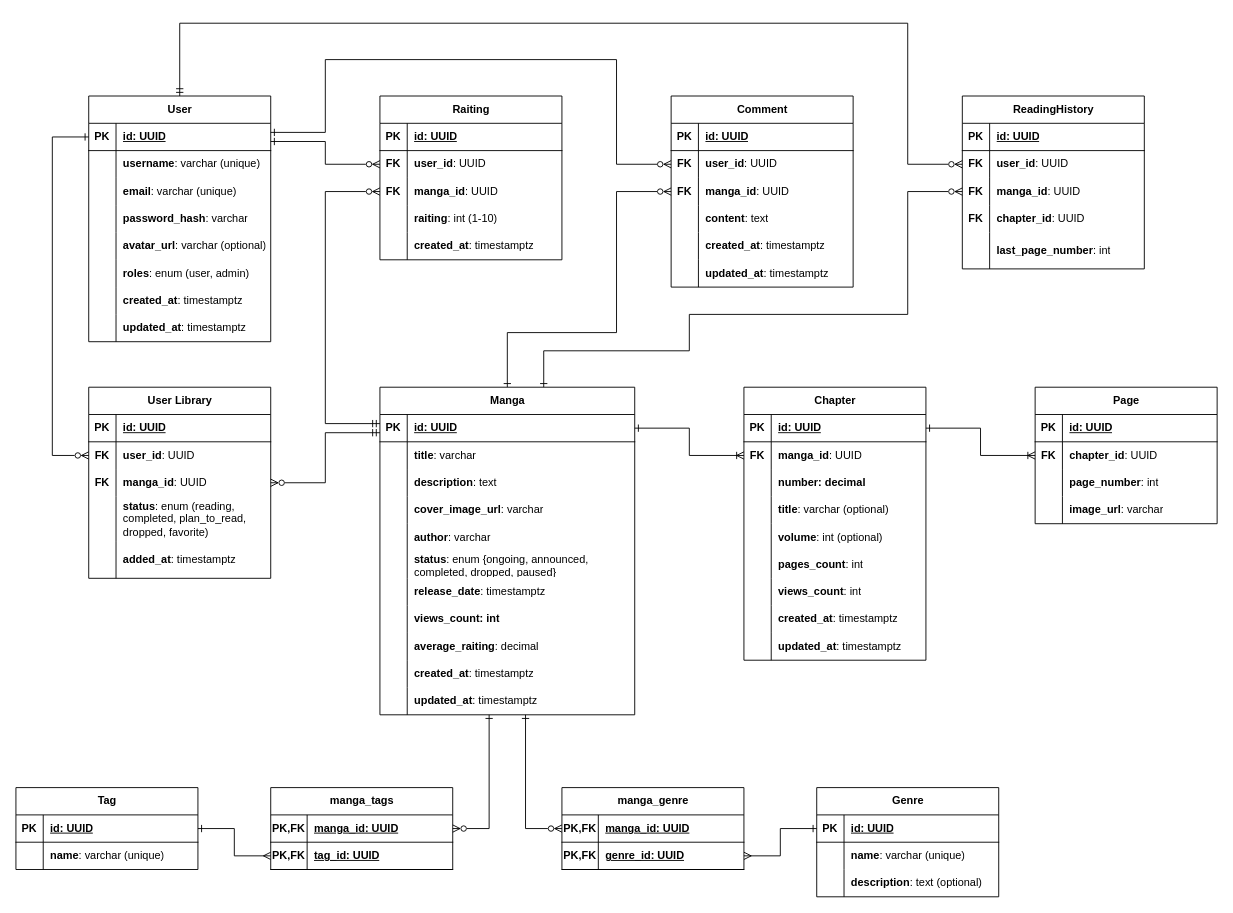
This is docs/assets/diagrams/ERD/ERD.drawio from TeleManga/docs, a draw.io file, before an edit. Source tidied: cells renumbered, new cells numbered last; positions are measured from the earlier drawing's top-left corner, leaving out a move shared by most shapes. Both pictures are drawn from the tidied source at 91%, with x=0, y=0 at pixel (15, 23).
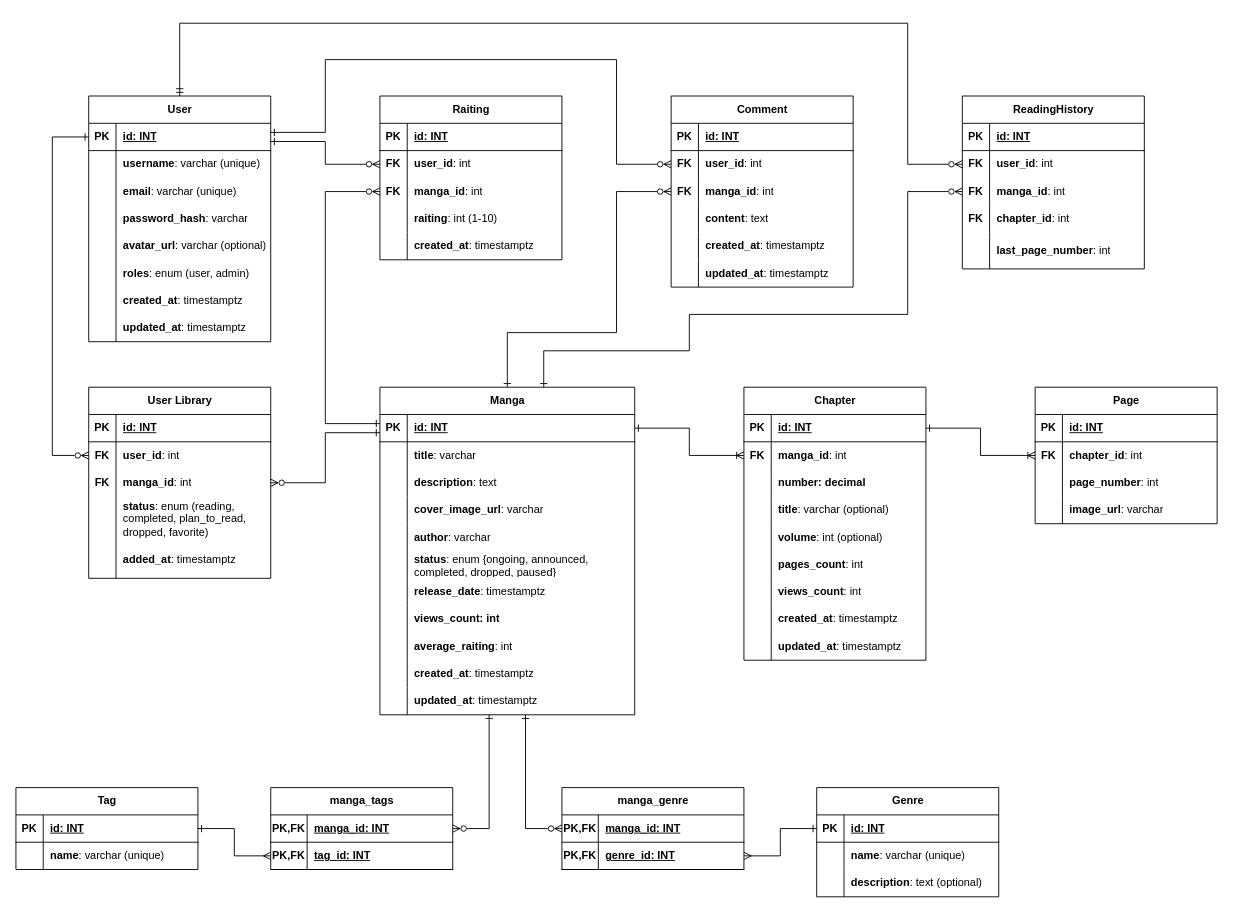
Above is the later version.

Commit message (it also covers changes not shown here):
fix/6/refactor-ER-diagram-and-descprition

Unchanged cells that the change refers to:
```xml
<mxCell id="7" style="shape=tableRow;horizontal=0;startSize=0;swimlaneHead=0;swimlaneBody=0;fillColor=none;points=[[0,0.5],[1,0.5]];portConstraint=eastwest;top=0;left=0;right=0;bottom=1;" parent="6" vertex="1">
<mxCell id="31" style="shape=tableRow;horizontal=0;startSize=0;swimlaneHead=0;swimlaneBody=0;fillColor=none;top=0;left=0;right=0;bottom=0;" parent="6" vertex="1">
<mxCell id="41" style="shape=tableRow;horizontal=0;startSize=0;swimlaneHead=0;swimlaneBody=0;fillColor=none;points=[[0,0.5],[1,0.5]];portConstraint=eastwest;top=0;left=0;right=0;bottom=1;" parent="40" vertex="1">
<mxCell id="51" style="shape=tableRow;horizontal=0;startSize=0;swimlaneHead=0;swimlaneBody=0;fillColor=none;points=[[0,0.5],[1,0.5]];portConstraint=eastwest;top=0;left=0;right=0;bottom=1;" parent="50" vertex="1">
<mxCell id="58" style="shape=tableRow;horizontal=0;startSize=0;swimlaneHead=0;swimlaneBody=0;fillColor=none;points=[[0,0.5],[1,0.5]];portConstraint=eastwest;top=0;left=0;right=0;bottom=1;" parent="57" vertex="1">
<mxCell id="61" style="shape=tableRow;horizontal=0;startSize=0;swimlaneHead=0;swimlaneBody=0;fillColor=none;points=[[0,0.5],[1,0.5]];portConstraint=eastwest;top=0;left=0;right=0;bottom=0;" parent="57" vertex="1">
<mxCell id="88" style="shape=tableRow;horizontal=0;startSize=0;swimlaneHead=0;swimlaneBody=0;fillColor=none;points=[[0,0.5],[1,0.5]];portConstraint=eastwest;top=0;left=0;right=0;bottom=1;" parent="87" vertex="1">
<mxCell id="113" style="shape=tableRow;horizontal=0;startSize=0;swimlaneHead=0;swimlaneBody=0;fillColor=none;top=0;left=0;right=0;bottom=1;" parent="112" vertex="1">
<mxCell id="116" style="shape=tableRow;horizontal=0;startSize=0;swimlaneHead=0;swimlaneBody=0;fillColor=none;points=[[0,0.5],[1,0.5]];portConstraint=eastwest;top=0;left=0;right=0;bottom=0;" parent="112" vertex="1">
<mxCell id="126" style="shape=tableRow;horizontal=0;startSize=0;swimlaneHead=0;swimlaneBody=0;fillColor=none;top=0;left=0;right=0;bottom=1;" parent="125" vertex="1">
<mxCell id="129" style="shape=tableRow;horizontal=0;startSize=0;swimlaneHead=0;swimlaneBody=0;fillColor=none;points=[[0,0.5],[1,0.5]];portConstraint=eastwest;top=0;left=0;right=0;bottom=0;" parent="125" vertex="1">
<mxCell id="132" style="shape=tableRow;horizontal=0;startSize=0;swimlaneHead=0;swimlaneBody=0;fillColor=none;points=[[0,0.5],[1,0.5]];portConstraint=eastwest;top=0;left=0;right=0;bottom=0;" parent="125" vertex="1">
<mxCell id="142" style="shape=tableRow;horizontal=0;startSize=0;swimlaneHead=0;swimlaneBody=0;fillColor=none;top=0;left=0;right=0;bottom=1;" parent="141" vertex="1">
<mxCell id="145" style="shape=tableRow;horizontal=0;startSize=0;swimlaneHead=0;swimlaneBody=0;fillColor=none;points=[[0,0.5],[1,0.5]];portConstraint=eastwest;top=0;left=0;right=0;bottom=0;" parent="141" vertex="1">
<mxCell id="148" style="shape=tableRow;horizontal=0;startSize=0;swimlaneHead=0;swimlaneBody=0;fillColor=none;points=[[0,0.5],[1,0.5]];portConstraint=eastwest;top=0;left=0;right=0;bottom=0;" parent="141" vertex="1">
<mxCell id="161" style="shape=tableRow;horizontal=0;startSize=0;swimlaneHead=0;swimlaneBody=0;fillColor=none;top=0;left=0;right=0;bottom=1;" parent="160" vertex="1">
<mxCell id="164" style="shape=tableRow;horizontal=0;startSize=0;swimlaneHead=0;swimlaneBody=0;fillColor=none;points=[[0,0.5],[1,0.5]];portConstraint=eastwest;top=0;left=0;right=0;bottom=0;" parent="160" vertex="1">
<mxCell id="167" style="shape=tableRow;horizontal=0;startSize=0;swimlaneHead=0;swimlaneBody=0;fillColor=none;points=[[0,0.5],[1,0.5]];portConstraint=eastwest;top=0;left=0;right=0;bottom=0;" parent="160" vertex="1">
<mxCell id="170" style="shape=tableRow;horizontal=0;startSize=0;swimlaneHead=0;swimlaneBody=0;fillColor=none;top=0;left=0;right=0;bottom=0;" parent="160" vertex="1">
<mxCell id="177" style="shape=tableRow;horizontal=0;startSize=0;swimlaneHead=0;swimlaneBody=0;fillColor=none;top=0;left=0;right=0;bottom=1;" parent="176" vertex="1">
<mxCell id="180" style="shape=tableRow;horizontal=0;startSize=0;swimlaneHead=0;swimlaneBody=0;fillColor=none;points=[[0,0.5],[1,0.5]];portConstraint=eastwest;top=0;left=0;right=0;bottom=0;" parent="176" vertex="1">
<mxCell id="183" style="shape=tableRow;horizontal=0;startSize=0;swimlaneHead=0;swimlaneBody=0;fillColor=none;points=[[0,0.5],[1,0.5]];portConstraint=eastwest;top=0;left=0;right=0;bottom=0;" parent="176" vertex="1">
<mxCell id="193" style="shape=tableRow;horizontal=0;startSize=0;swimlaneHead=0;swimlaneBody=0;fillColor=none;points=[[0,0.5],[1,0.5]];portConstraint=eastwest;top=0;left=0;right=0;bottom=1;" parent="192" vertex="1">
<mxCell id="196" style="shape=tableRow;horizontal=0;startSize=0;swimlaneHead=0;swimlaneBody=0;fillColor=none;points=[[0,0.5],[1,0.5]];portConstraint=eastwest;top=0;left=0;right=0;bottom=1;" parent="192" vertex="1">
<mxCell id="200" style="shape=tableRow;horizontal=0;startSize=0;swimlaneHead=0;swimlaneBody=0;fillColor=none;points=[[0,0.5],[1,0.5]];portConstraint=eastwest;top=0;left=0;right=0;bottom=1;" parent="199" vertex="1">
<mxCell id="203" style="shape=tableRow;horizontal=0;startSize=0;swimlaneHead=0;swimlaneBody=0;fillColor=none;points=[[0,0.5],[1,0.5]];portConstraint=eastwest;top=0;left=0;right=0;bottom=1;" parent="199" vertex="1">
```

What changed in the source:
```diff
@@
-    <mxCell id="9" value="id: UUID" style="shape=partialRectangle;fillColor=none;top=0;left=0;bottom=0;right=0;align=left;spacingLeft=6;fontStyle=5;overflow=hidden;whiteSpace=wrap;html=1;" parent="7" vertex="1">
+    <mxCell id="9" value="id: INT" style="shape=partialRectangle;fillColor=none;top=0;left=0;bottom=0;right=0;align=left;spacingLeft=6;fontStyle=5;overflow=hidden;whiteSpace=wrap;html=1;" parent="7" vertex="1">
       <mxGeometry x="30" width="250" height="30" as="geometry" />
     </mxCell>
@@
-    <mxCell id="33" value="&lt;b&gt;average_raiting&lt;/b&gt;: decimal" style="shape=partialRectangle;fillColor=none;top=0;left=0;bottom=0;right=0;align=left;spacingLeft=6;overflow=hidden;whiteSpace=wrap;html=1;" parent="31" vertex="1">
+    <mxCell id="33" value="&lt;b&gt;average_raiting&lt;/b&gt;: int" style="shape=partialRectangle;fillColor=none;top=0;left=0;bottom=0;right=0;align=left;spacingLeft=6;overflow=hidden;whiteSpace=wrap;html=1;" parent="31" vertex="1">
       <mxGeometry x="30" width="250" height="30" as="geometry" />
     </mxCell>
@@
-    <mxCell id="43" value="id: UUID" style="shape=partialRectangle;fillColor=none;top=0;left=0;bottom=0;right=0;align=left;spacingLeft=6;fontStyle=5;overflow=hidden;whiteSpace=wrap;html=1;" parent="41" vertex="1">
+    <mxCell id="43" value="id: INT" style="shape=partialRectangle;fillColor=none;top=0;left=0;bottom=0;right=0;align=left;spacingLeft=6;fontStyle=5;overflow=hidden;whiteSpace=wrap;html=1;" parent="41" vertex="1">
       <mxGeometry x="30" width="170" height="30" as="geometry" />
     </mxCell>
@@
-    <mxCell id="53" value="id: UUID" style="shape=partialRectangle;fillColor=none;top=0;left=0;bottom=0;right=0;align=left;spacingLeft=6;fontStyle=5;overflow=hidden;whiteSpace=wrap;html=1;" parent="51" vertex="1">
+    <mxCell id="53" value="id: INT" style="shape=partialRectangle;fillColor=none;top=0;left=0;bottom=0;right=0;align=left;spacingLeft=6;fontStyle=5;overflow=hidden;whiteSpace=wrap;html=1;" parent="51" vertex="1">
       <mxGeometry x="30" width="170" height="30" as="geometry" />
     </mxCell>
@@
-    <mxCell id="60" value="id: UUID" style="shape=partialRectangle;fillColor=none;top=0;left=0;bottom=0;right=0;align=left;spacingLeft=6;fontStyle=5;overflow=hidden;whiteSpace=wrap;html=1;" parent="58" vertex="1">
+    <mxCell id="60" value="id: INT" style="shape=partialRectangle;fillColor=none;top=0;left=0;bottom=0;right=0;align=left;spacingLeft=6;fontStyle=5;overflow=hidden;whiteSpace=wrap;html=1;" parent="58" vertex="1">
       <mxGeometry x="30" width="170" height="30" as="geometry" />
     </mxCell>
@@
-    <mxCell id="63" value="&lt;b&gt;manga_id&lt;/b&gt;: UUID" style="shape=partialRectangle;fillColor=none;top=0;left=0;bottom=0;right=0;align=left;spacingLeft=6;overflow=hidden;whiteSpace=wrap;html=1;" parent="61" vertex="1">
+    <mxCell id="63" value="&lt;b&gt;manga_id&lt;/b&gt;: int" style="shape=partialRectangle;fillColor=none;top=0;left=0;bottom=0;right=0;align=left;spacingLeft=6;overflow=hidden;whiteSpace=wrap;html=1;" parent="61" vertex="1">
       <mxGeometry x="30" width="170" height="30" as="geometry" />
     </mxCell>
@@
-    <mxCell id="90" value="id: UUID" style="shape=partialRectangle;fillColor=none;top=0;left=0;bottom=0;right=0;align=left;spacingLeft=6;fontStyle=5;overflow=hidden;whiteSpace=wrap;html=1;" parent="88" vertex="1">
+    <mxCell id="90" value="id: INT" style="shape=partialRectangle;fillColor=none;top=0;left=0;bottom=0;right=0;align=left;spacingLeft=6;fontStyle=5;overflow=hidden;whiteSpace=wrap;html=1;" parent="88" vertex="1">
       <mxGeometry x="30" width="170" height="30" as="geometry" />
     </mxCell>
@@
-    <mxCell id="115" value="id: UUID" style="shape=partialRectangle;fillColor=none;top=0;left=0;bottom=0;right=0;align=left;spacingLeft=6;fontStyle=5;overflow=hidden;whiteSpace=wrap;html=1;" parent="113" vertex="1">
+    <mxCell id="115" value="id: INT" style="shape=partialRectangle;fillColor=none;top=0;left=0;bottom=0;right=0;align=left;spacingLeft=6;fontStyle=5;overflow=hidden;whiteSpace=wrap;html=1;" parent="113" vertex="1">
       <mxGeometry x="30" width="170" height="30" as="geometry" />
     </mxCell>
@@
-    <mxCell id="118" value="&lt;b&gt;chapter_id&lt;/b&gt;: UUID" style="shape=partialRectangle;fillColor=none;top=0;left=0;bottom=0;right=0;align=left;spacingLeft=6;overflow=hidden;whiteSpace=wrap;html=1;" parent="116" vertex="1">
+    <mxCell id="118" value="&lt;b&gt;chapter_id&lt;/b&gt;: int" style="shape=partialRectangle;fillColor=none;top=0;left=0;bottom=0;right=0;align=left;spacingLeft=6;overflow=hidden;whiteSpace=wrap;html=1;" parent="116" vertex="1">
       <mxGeometry x="30" width="170" height="30" as="geometry" />
     </mxCell>
@@
-    <mxCell id="128" value="id: UUID" style="shape=partialRectangle;fillColor=none;top=0;left=0;bottom=0;right=0;align=left;spacingLeft=6;fontStyle=5;overflow=hidden;whiteSpace=wrap;html=1;" parent="126" vertex="1">
+    <mxCell id="128" value="id: INT" style="shape=partialRectangle;fillColor=none;top=0;left=0;bottom=0;right=0;align=left;spacingLeft=6;fontStyle=5;overflow=hidden;whiteSpace=wrap;html=1;" parent="126" vertex="1">
       <mxGeometry x="30" width="170" height="30" as="geometry" />
     </mxCell>
@@
-    <mxCell id="131" value="&lt;b&gt;user_id&lt;/b&gt;: UUID" style="shape=partialRectangle;fillColor=none;top=0;left=0;bottom=0;right=0;align=left;spacingLeft=6;overflow=hidden;whiteSpace=wrap;html=1;" parent="129" vertex="1">
+    <mxCell id="131" value="&lt;b&gt;user_id&lt;/b&gt;: int" style="shape=partialRectangle;fillColor=none;top=0;left=0;bottom=0;right=0;align=left;spacingLeft=6;overflow=hidden;whiteSpace=wrap;html=1;" parent="129" vertex="1">
       <mxGeometry x="30" width="170" height="30" as="geometry" />
     </mxCell>
@@
-    <mxCell id="134" value="&lt;b&gt;manga_id&lt;/b&gt;: UUID" style="shape=partialRectangle;fillColor=none;top=0;left=0;bottom=0;right=0;align=left;spacingLeft=6;overflow=hidden;whiteSpace=wrap;html=1;" parent="132" vertex="1">
+    <mxCell id="134" value="&lt;b&gt;manga_id&lt;/b&gt;: int" style="shape=partialRectangle;fillColor=none;top=0;left=0;bottom=0;right=0;align=left;spacingLeft=6;overflow=hidden;whiteSpace=wrap;html=1;" parent="132" vertex="1">
       <mxGeometry x="30" width="170" height="30" as="geometry" />
     </mxCell>
@@
-    <mxCell id="144" value="id: UUID" style="shape=partialRectangle;fillColor=none;top=0;left=0;bottom=0;right=0;align=left;spacingLeft=6;fontStyle=5;overflow=hidden;whiteSpace=wrap;html=1;" parent="142" vertex="1">
+    <mxCell id="144" value="id: INT" style="shape=partialRectangle;fillColor=none;top=0;left=0;bottom=0;right=0;align=left;spacingLeft=6;fontStyle=5;overflow=hidden;whiteSpace=wrap;html=1;" parent="142" vertex="1">
       <mxGeometry x="30" width="170" height="30" as="geometry" />
     </mxCell>
@@
-    <mxCell id="147" value="&lt;b&gt;user_id&lt;/b&gt;: UUID" style="shape=partialRectangle;fillColor=none;top=0;left=0;bottom=0;right=0;align=left;spacingLeft=6;overflow=hidden;whiteSpace=wrap;html=1;" parent="145" vertex="1">
+    <mxCell id="147" value="&lt;b&gt;user_id&lt;/b&gt;: int" style="shape=partialRectangle;fillColor=none;top=0;left=0;bottom=0;right=0;align=left;spacingLeft=6;overflow=hidden;whiteSpace=wrap;html=1;" parent="145" vertex="1">
       <mxGeometry x="30" width="170" height="30" as="geometry" />
     </mxCell>
@@
-    <mxCell id="150" value="&lt;b&gt;manga_id&lt;/b&gt;: UUID" style="shape=partialRectangle;fillColor=none;top=0;left=0;bottom=0;right=0;align=left;spacingLeft=6;overflow=hidden;whiteSpace=wrap;html=1;" parent="148" vertex="1">
+    <mxCell id="150" value="&lt;b&gt;manga_id&lt;/b&gt;: int" style="shape=partialRectangle;fillColor=none;top=0;left=0;bottom=0;right=0;align=left;spacingLeft=6;overflow=hidden;whiteSpace=wrap;html=1;" parent="148" vertex="1">
       <mxGeometry x="30" width="170" height="30" as="geometry" />
     </mxCell>
@@
-    <mxCell id="163" value="id: UUID" style="shape=partialRectangle;fillColor=none;top=0;left=0;bottom=0;right=0;align=left;spacingLeft=6;fontStyle=5;overflow=hidden;whiteSpace=wrap;html=1;" parent="161" vertex="1">
+    <mxCell id="163" value="id: INT" style="shape=partialRectangle;fillColor=none;top=0;left=0;bottom=0;right=0;align=left;spacingLeft=6;fontStyle=5;overflow=hidden;whiteSpace=wrap;html=1;" parent="161" vertex="1">
       <mxGeometry x="30" width="170" height="30" as="geometry" />
     </mxCell>
@@
-    <mxCell id="166" value="&lt;b&gt;user_id&lt;/b&gt;: UUID" style="shape=partialRectangle;fillColor=none;top=0;left=0;bottom=0;right=0;align=left;spacingLeft=6;overflow=hidden;whiteSpace=wrap;html=1;" parent="164" vertex="1">
+    <mxCell id="166" value="&lt;b&gt;user_id&lt;/b&gt;: int" style="shape=partialRectangle;fillColor=none;top=0;left=0;bottom=0;right=0;align=left;spacingLeft=6;overflow=hidden;whiteSpace=wrap;html=1;" parent="164" vertex="1">
       <mxGeometry x="30" width="170" height="30" as="geometry" />
     </mxCell>
@@
-    <mxCell id="169" value="&lt;b&gt;manga_id&lt;/b&gt;: UUID" style="shape=partialRectangle;fillColor=none;top=0;left=0;bottom=0;right=0;align=left;spacingLeft=6;overflow=hidden;whiteSpace=wrap;html=1;" parent="167" vertex="1">
+    <mxCell id="169" value="&lt;b&gt;manga_id&lt;/b&gt;: int" style="shape=partialRectangle;fillColor=none;top=0;left=0;bottom=0;right=0;align=left;spacingLeft=6;overflow=hidden;whiteSpace=wrap;html=1;" parent="167" vertex="1">
       <mxGeometry x="30" width="170" height="30" as="geometry" />
     </mxCell>
@@
-    <mxCell id="172" value="&lt;b&gt;chapter_id&lt;/b&gt;: UUID" style="shape=partialRectangle;fillColor=none;top=0;left=0;bottom=0;right=0;align=left;spacingLeft=6;overflow=hidden;whiteSpace=wrap;html=1;" parent="170" vertex="1">
+    <mxCell id="172" value="&lt;b&gt;chapter_id&lt;/b&gt;: int" style="shape=partialRectangle;fillColor=none;top=0;left=0;bottom=0;right=0;align=left;spacingLeft=6;overflow=hidden;whiteSpace=wrap;html=1;" parent="170" vertex="1">
       <mxGeometry x="30" width="170" height="30" as="geometry" />
     </mxCell>
@@
-    <mxCell id="179" value="id: UUID" style="shape=partialRectangle;fillColor=none;top=0;left=0;bottom=0;right=0;align=left;spacingLeft=6;fontStyle=5;overflow=hidden;whiteSpace=wrap;html=1;" parent="177" vertex="1">
+    <mxCell id="179" value="id: INT" style="shape=partialRectangle;fillColor=none;top=0;left=0;bottom=0;right=0;align=left;spacingLeft=6;fontStyle=5;overflow=hidden;whiteSpace=wrap;html=1;" parent="177" vertex="1">
       <mxGeometry x="30" width="170" height="30" as="geometry" />
     </mxCell>
@@
-    <mxCell id="182" value="&lt;b&gt;user_id&lt;/b&gt;: UUID" style="shape=partialRectangle;fillColor=none;top=0;left=0;bottom=0;right=0;align=left;spacingLeft=6;overflow=hidden;whiteSpace=wrap;html=1;" parent="180" vertex="1">
+    <mxCell id="182" value="&lt;b&gt;user_id&lt;/b&gt;: int" style="shape=partialRectangle;fillColor=none;top=0;left=0;bottom=0;right=0;align=left;spacingLeft=6;overflow=hidden;whiteSpace=wrap;html=1;" parent="180" vertex="1">
       <mxGeometry x="30" width="170" height="30" as="geometry" />
     </mxCell>
@@
-    <mxCell id="185" value="&lt;b&gt;manga_id&lt;/b&gt;: UUID" style="shape=partialRectangle;fillColor=none;top=0;left=0;bottom=0;right=0;align=left;spacingLeft=6;overflow=hidden;whiteSpace=wrap;html=1;" parent="183" vertex="1">
+    <mxCell id="185" value="&lt;b&gt;manga_id&lt;/b&gt;: int" style="shape=partialRectangle;fillColor=none;top=0;left=0;bottom=0;right=0;align=left;spacingLeft=6;overflow=hidden;whiteSpace=wrap;html=1;" parent="183" vertex="1">
       <mxGeometry x="30" width="170" height="30" as="geometry" />
     </mxCell>
@@
-    <mxCell id="195" value="manga_id: UUID" style="shape=partialRectangle;fillColor=none;top=0;left=0;bottom=0;right=0;align=left;spacingLeft=6;fontStyle=5;overflow=hidden;whiteSpace=wrap;html=1;" parent="193" vertex="1">
+    <mxCell id="195" value="manga_id: INT" style="shape=partialRectangle;fillColor=none;top=0;left=0;bottom=0;right=0;align=left;spacingLeft=6;fontStyle=5;overflow=hidden;whiteSpace=wrap;html=1;" parent="193" vertex="1">
       <mxGeometry x="40" width="160" height="30" as="geometry" />
     </mxCell>
@@
-    <mxCell id="198" value="genre_id: UUID" style="shape=partialRectangle;fillColor=none;top=0;left=0;bottom=0;right=0;align=left;spacingLeft=6;fontStyle=5;overflow=hidden;whiteSpace=wrap;html=1;" parent="196" vertex="1">
+    <mxCell id="198" value="genre_id: INT" style="shape=partialRectangle;fillColor=none;top=0;left=0;bottom=0;right=0;align=left;spacingLeft=6;fontStyle=5;overflow=hidden;whiteSpace=wrap;html=1;" parent="196" vertex="1">
       <mxGeometry x="40" width="160" height="30" as="geometry" />
     </mxCell>
@@
-    <mxCell id="202" value="manga_id: UUID" style="shape=partialRectangle;fillColor=none;top=0;left=0;bottom=0;right=0;align=left;spacingLeft=6;fontStyle=5;overflow=hidden;whiteSpace=wrap;html=1;" parent="200" vertex="1">
+    <mxCell id="202" value="manga_id: INT" style="shape=partialRectangle;fillColor=none;top=0;left=0;bottom=0;right=0;align=left;spacingLeft=6;fontStyle=5;overflow=hidden;whiteSpace=wrap;html=1;" parent="200" vertex="1">
       <mxGeometry x="40" width="160" height="30" as="geometry" />
     </mxCell>
@@
-    <mxCell id="205" value="tag_id: UUID" style="shape=partialRectangle;fillColor=none;top=0;left=0;bottom=0;right=0;align=left;spacingLeft=6;fontStyle=5;overflow=hidden;whiteSpace=wrap;html=1;" parent="203" vertex="1">
+    <mxCell id="205" value="tag_id: INT" style="shape=partialRectangle;fillColor=none;top=0;left=0;bottom=0;right=0;align=left;spacingLeft=6;fontStyle=5;overflow=hidden;whiteSpace=wrap;html=1;" parent="203" vertex="1">
       <mxGeometry x="40" width="160" height="30" as="geometry" />
     </mxCell>
@@
-    <mxCell id="207" style="edgeStyle=orthogonalEdgeStyle;rounded=0;jettySize=auto;html=1;startArrow=ERzeroToMany;startFill=0;endArrow=ERmandOne;endFill=0;" parent="1" edge="1" source="183">
+    <mxCell id="207" style="edgeStyle=orthogonalEdgeStyle;rounded=0;jettySize=auto;html=1;startArrow=ERzeroToMany;startFill=0;endArrow=ERone;endFill=0;" parent="1" edge="1" source="183">
       <mxGeometry relative="1" as="geometry">
         <mxPoint x="400" y="450" as="targetPoint" />
         <Array as="points">
           <mxPoint x="340" y="505" />
           <mxPoint x="340" y="450" />
           <mxPoint x="400" y="450" />
         </Array>
       </mxGeometry>
     </mxCell>
@@
-    <mxCell id="210" style="edgeStyle=orthogonalEdgeStyle;rounded=0;jettySize=auto;html=1;entryX=0;entryY=0.5;entryDx=0;entryDy=0;startArrow=ERmandOne;startFill=0;endArrow=ERzeroToMany;endFill=0;" parent="1" edge="1" source="7" target="132">
+    <mxCell id="210" style="edgeStyle=orthogonalEdgeStyle;rounded=0;jettySize=auto;html=1;entryX=0;entryY=0.5;entryDx=0;entryDy=0;startArrow=ERone;startFill=0;endArrow=ERzeroToMany;endFill=0;" parent="1" edge="1" source="7" target="132">
       <mxGeometry relative="1" as="geometry">
         <Array as="points">
           <mxPoint x="340" y="440" />
           <mxPoint x="340" y="185" />
         </Array>
       </mxGeometry>
     </mxCell>
```
